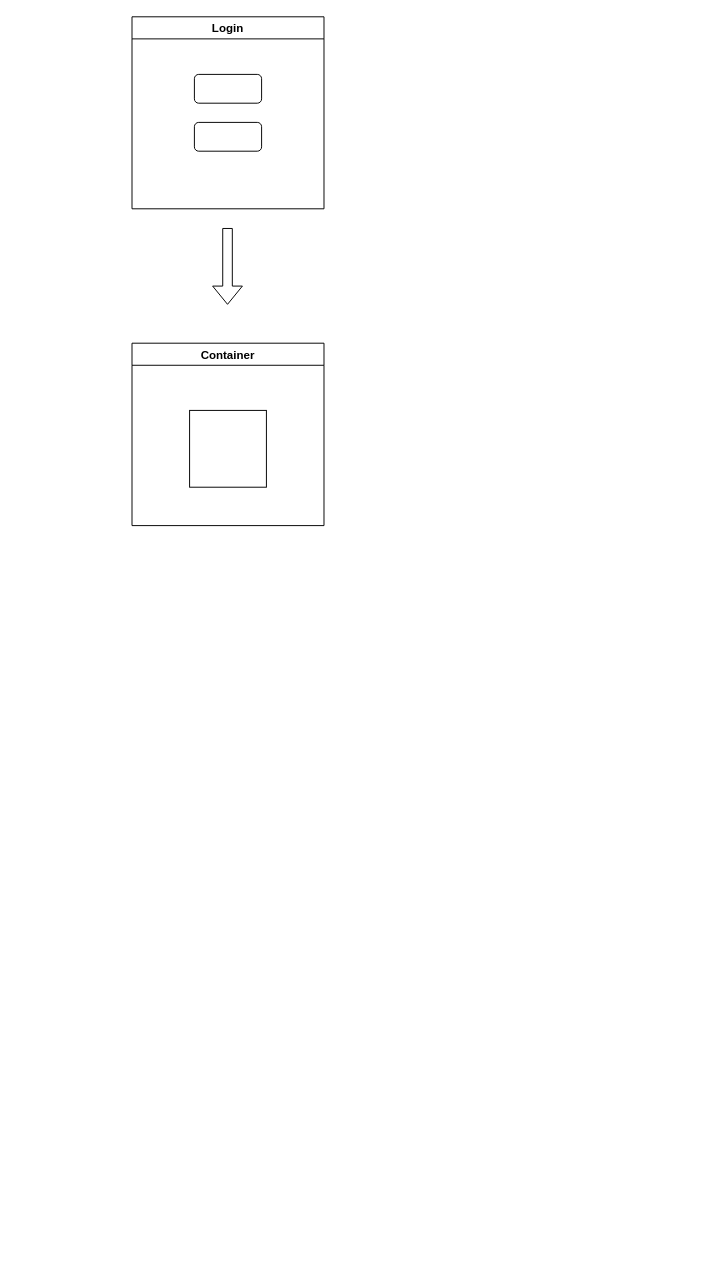
The draw.io diagram (nome da aplicação).drawio in RickyBoyy/ProjMovel, before the edit. Source tidied: cells renumbered, new cells numbered last; positions are measured from the earlier drawing's top-left corner, leaving out a move shared by most shapes. Both pictures are drawn from the tidied source at 96%, with x=0, y=0 at pixel (132, 16).
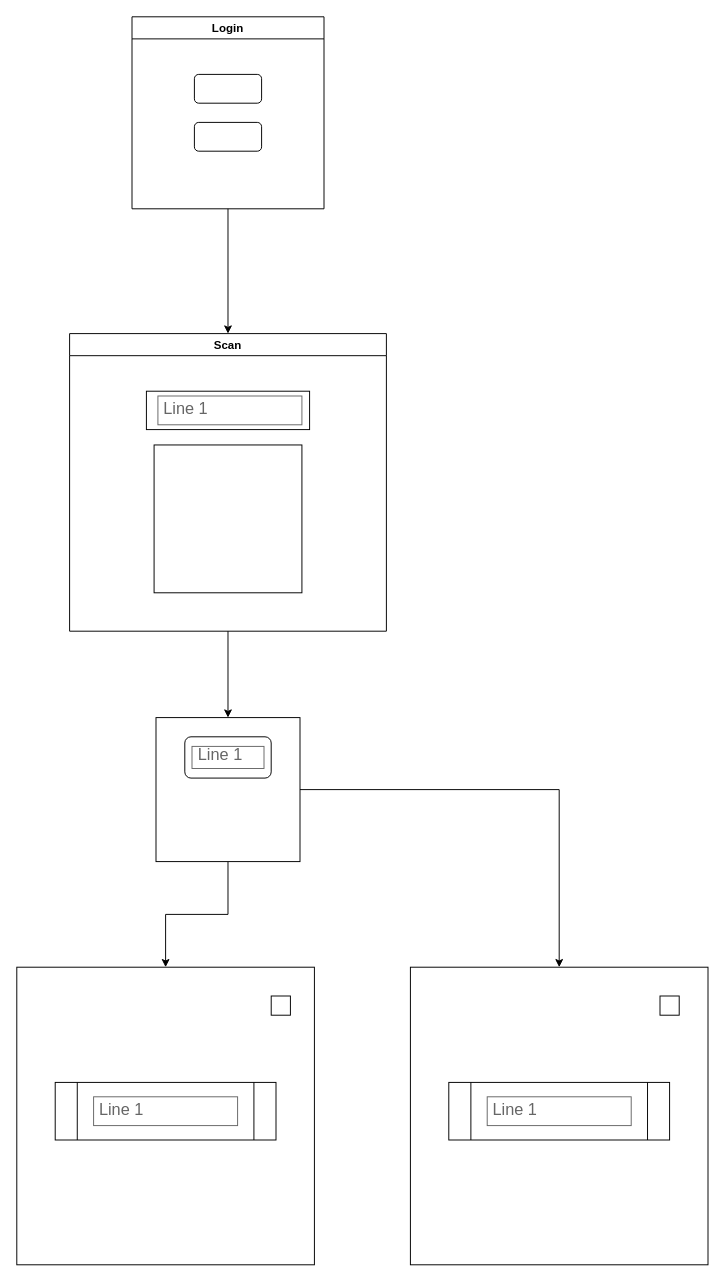
After the change.

Unchanged cells that the change refers to:
```xml
<mxCell id="2" value="Login" style="swimlane;" parent="1" vertex="1">
  <mxGeometry width="200" height="200" as="geometry" />
</mxCell>
```

The edit, as a diff of the source:
```diff
@@
+    <mxCell id="8" style="edgeStyle=orthogonalEdgeStyle;rounded=0;jettySize=auto;html=1;" parent="1" edge="1" source="2" target="6">
+      <mxGeometry relative="1" as="geometry" />
+    </mxCell>
@@
-    <mxCell id="5" style="shape=flexArrow;endArrow=classic;html=1;rounded=0;" parent="1" edge="1">
-      <mxGeometry relative="1" as="geometry">
-        <mxPoint x="99.5" y="220" as="sourcePoint" />
-        <mxPoint x="99.5" y="300" as="targetPoint" />
-      </mxGeometry>
-    </mxCell>
+    <mxCell id="9" style="edgeStyle=orthogonalEdgeStyle;rounded=0;jettySize=auto;html=1;" parent="1" edge="1" source="6" target="20">
+      <mxGeometry relative="1" as="geometry" />
+    </mxCell>
-    <mxCell id="6" value="Container" style="swimlane;" parent="1" vertex="1">
-      <mxGeometry y="340" width="200" height="190" as="geometry" />
+    <mxCell id="6" value="Scan" style="swimlane;align=center;" parent="1" vertex="1">
+      <mxGeometry x="-65" y="330" width="330" height="310" as="geometry" />
     </mxCell>
     <mxCell id="7" style="whiteSpace=wrap;html=1;" parent="6" vertex="1">
-      <mxGeometry x="60" y="70" width="80" height="80" as="geometry" />
+      <mxGeometry x="88" y="116" width="154" height="154" as="geometry" />
     </mxCell>
+    <mxCell id="10" style="rounded=0;whiteSpace=wrap;html=1;" parent="6" vertex="1">
+      <mxGeometry x="80" y="60" width="170" height="40" as="geometry" />
+    </mxCell>
+    <mxCell id="11" value="Line 1" style="strokeWidth=1;shadow=0;dashed=0;align=center;html=1;shape=mxgraph.mockup.text.textBox;fontColor=#666666;align=left;fontSize=17;spacingLeft=4;spacingTop=-3;whiteSpace=wrap;strokeColor=#666666;mainText=;fontFamily=Helvetica;" parent="6" vertex="1">
+      <mxGeometry x="92" y="65" width="150" height="30" as="geometry" />
+    </mxCell>
+    <mxCell id="12" style="whiteSpace=wrap;html=1;" parent="1" vertex="1">
+      <mxGeometry x="-120" y="990" width="310" height="310" as="geometry" />
+    </mxCell>
+    <mxCell id="13" style="shape=process;whiteSpace=wrap;html=1;backgroundOutline=1;" parent="1" vertex="1">
+      <mxGeometry x="-80" y="1110" width="230" height="60" as="geometry" />
+    </mxCell>
+    <mxCell id="14" style="whiteSpace=wrap;html=1;" parent="1" vertex="1">
+      <mxGeometry x="145" y="1020" width="20" height="20" as="geometry" />
+    </mxCell>
+    <mxCell id="15" style="whiteSpace=wrap;html=1;" parent="1" vertex="1">
+      <mxGeometry x="290" y="990" width="310" height="310" as="geometry" />
+    </mxCell>
+    <mxCell id="16" style="whiteSpace=wrap;html=1;" parent="1" vertex="1">
+      <mxGeometry x="550" y="1020" width="20" height="20" as="geometry" />
+    </mxCell>
+    <mxCell id="17" style="shape=process;whiteSpace=wrap;html=1;backgroundOutline=1;" parent="1" vertex="1">
+      <mxGeometry x="330" y="1110" width="230" height="60" as="geometry" />
+    </mxCell>
+    <mxCell id="18" style="edgeStyle=orthogonalEdgeStyle;rounded=0;jettySize=auto;html=1;" parent="1" edge="1" source="20" target="12">
+      <mxGeometry relative="1" as="geometry" />
+    </mxCell>
+    <mxCell id="19" style="edgeStyle=orthogonalEdgeStyle;rounded=0;jettySize=auto;html=1;" parent="1" edge="1" source="20" target="15">
+      <mxGeometry relative="1" as="geometry" />
+    </mxCell>
+    <mxCell id="20" style="whiteSpace=wrap;html=1;" parent="1" vertex="1">
+      <mxGeometry x="25" y="730" width="150" height="150" as="geometry" />
+    </mxCell>
+    <mxCell id="21" style="rounded=1;whiteSpace=wrap;html=1;" parent="1" vertex="1">
+      <mxGeometry x="55" y="750" width="90" height="43" as="geometry" />
+    </mxCell>
+    <mxCell id="22" value="Line 1" style="strokeWidth=1;shadow=0;dashed=0;align=center;html=1;shape=mxgraph.mockup.text.textBox;fontColor=#666666;align=left;fontSize=17;spacingLeft=4;spacingTop=-3;whiteSpace=wrap;strokeColor=#666666;mainText=;" parent="1" vertex="1">
+      <mxGeometry x="62.5" y="760" width="75" height="23" as="geometry" />
+    </mxCell>
+    <mxCell id="23" value="Line 1" style="strokeWidth=1;shadow=0;dashed=0;align=center;html=1;shape=mxgraph.mockup.text.textBox;fontColor=#666666;align=left;fontSize=17;spacingLeft=4;spacingTop=-3;whiteSpace=wrap;strokeColor=#666666;mainText=;" parent="1" vertex="1">
+      <mxGeometry x="-40" y="1125" width="150" height="30" as="geometry" />
+    </mxCell>
+    <mxCell id="24" value="Line 1" style="strokeWidth=1;shadow=0;dashed=0;align=center;html=1;shape=mxgraph.mockup.text.textBox;fontColor=#666666;align=left;fontSize=17;spacingLeft=4;spacingTop=-3;whiteSpace=wrap;strokeColor=#666666;mainText=;" parent="1" vertex="1">
+      <mxGeometry x="370" y="1125" width="150" height="30" as="geometry" />
+    </mxCell>
```
